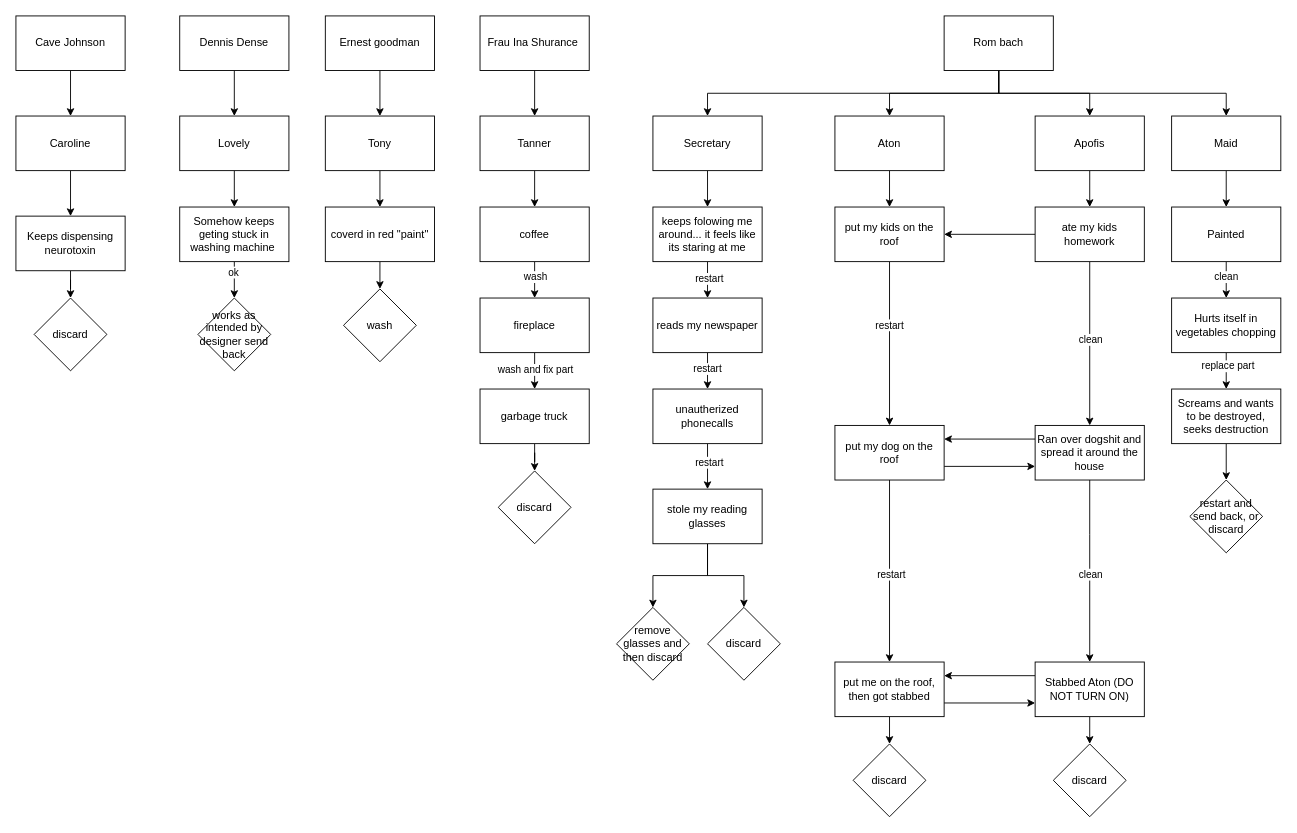
Above: robotStories.drawio in Motmir/Customer-states (draw.io), before the change. Source tidied: cells renumbered, new cells numbered last; positions are measured from the earlier drawing's top-left corner, leaving out a move shared by most shapes. Both pictures are drawn from the tidied source at 91%, with x=0, y=0 at pixel (15, 15).
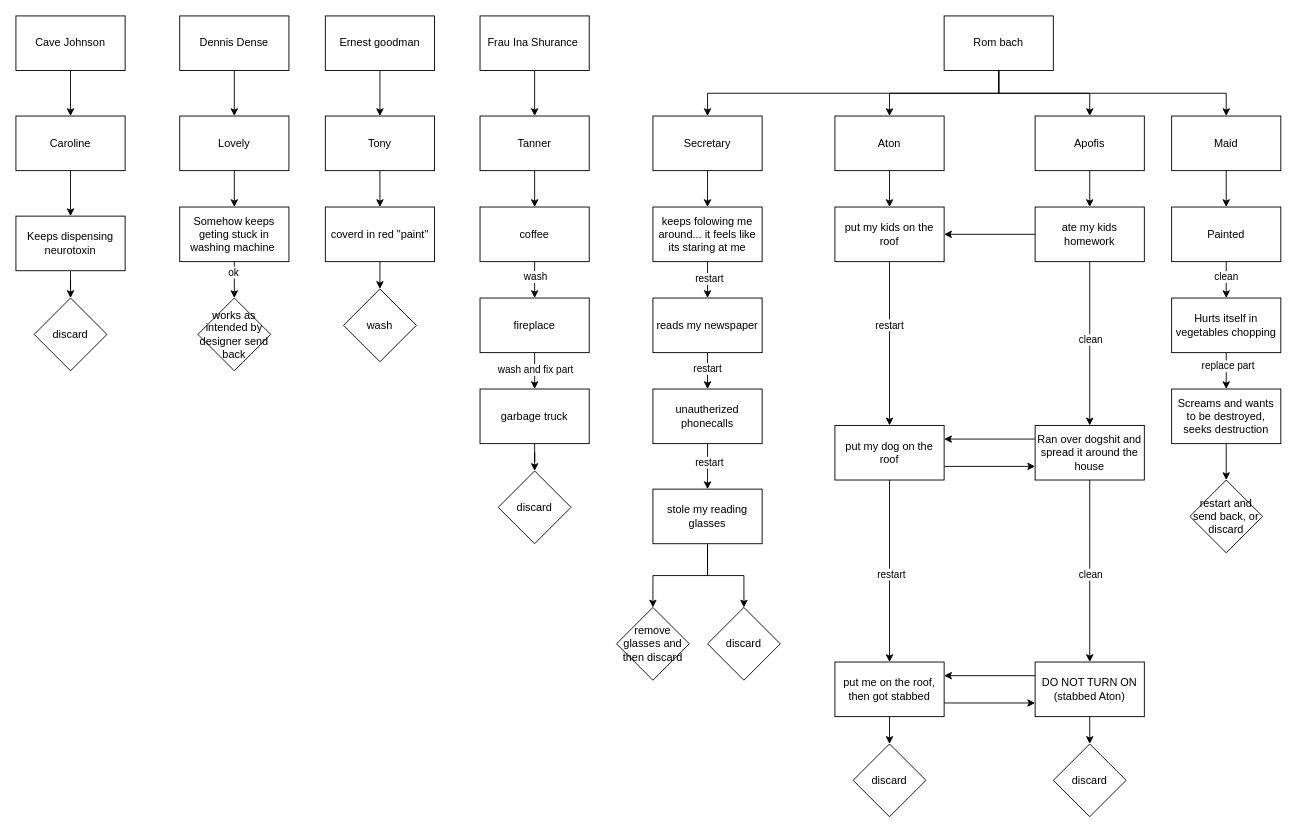
Above is the later version.

The edit, as a diff of the source:
```diff
@@
-    <mxCell id="14" value="Stabbed Aton (DO NOT TURN ON)" style="rounded=0;whiteSpace=wrap;html=1;" parent="1" vertex="1">
+    <mxCell id="14" value="DO NOT TURN ON&lt;div&gt;(stabbed Aton)&lt;/div&gt;" style="rounded=0;whiteSpace=wrap;html=1;" parent="1" vertex="1">
       <mxGeometry x="1120" y="710" width="120" height="60" as="geometry" />
     </mxCell>
```
